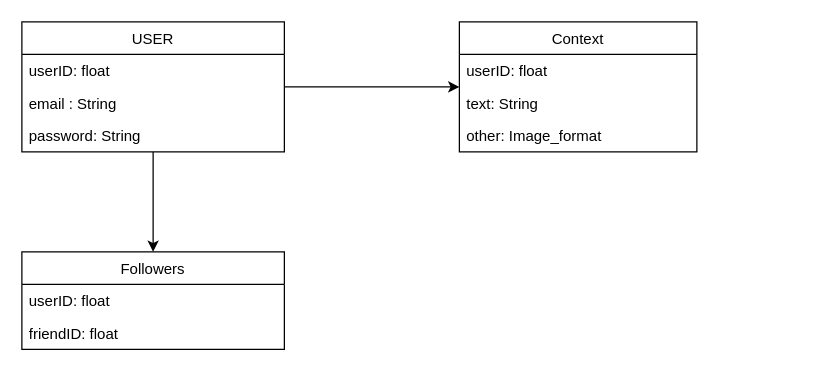
Above: UML.drawio in tmparayil/CapstoneProject (draw.io), before the change. Source tidied: cells renumbered, new cells numbered last; positions are measured from the earlier drawing's top-left corner, leaving out a move shared by most shapes. Both pictures are drawn from the tidied source at 125%, with x=0, y=0 at pixel (21, 21).
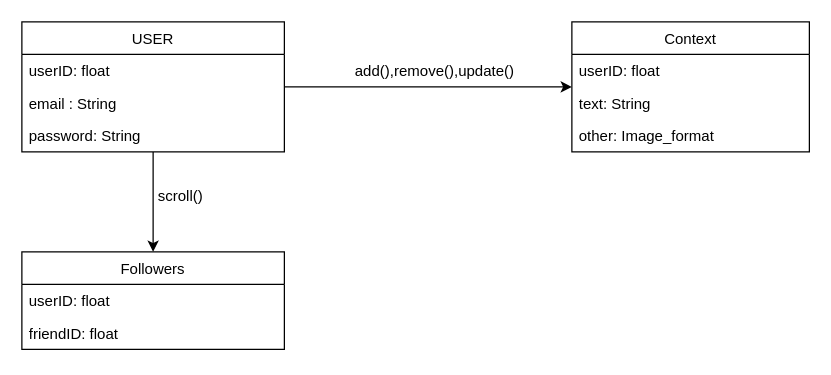
After the change.

Change to the diagram source:
```diff
@@
 <mxGraphModel background="#ffffff">
   <root>
     <mxCell id="0" />
     <mxCell id="1" parent="0" />
     <mxCell id="2" style="edgeStyle=orthogonalEdgeStyle;rounded=0;jettySize=auto;html=1;" parent="1" edge="1" source="4" target="8">
       <mxGeometry relative="1" as="geometry" />
     </mxCell>
     <mxCell id="3" style="edgeStyle=orthogonalEdgeStyle;rounded=0;jettySize=auto;html=1;" parent="1" edge="1" source="4" target="11">
       <mxGeometry relative="1" as="geometry" />
     </mxCell>
     <mxCell id="4" value="USER" style="swimlane;fontStyle=0;horizontal=1;startSize=26;fillColor=none;" parent="1" vertex="1">
       <mxGeometry width="210" height="104" as="geometry" />
     </mxCell>
     <mxCell id="5" value="userID: float" style="text;strokeColor=none;fillColor=none;align=left;verticalAlign=top;spacingLeft=4;spacingRight=4;overflow=hidden;" parent="4" vertex="1">
       <mxGeometry y="26" width="210" height="26" as="geometry" />
     </mxCell>
     <mxCell id="6" value="email : String" style="text;strokeColor=none;fillColor=none;align=left;verticalAlign=top;spacingLeft=4;spacingRight=4;overflow=hidden;" parent="4" vertex="1">
       <mxGeometry y="52" width="210" height="26" as="geometry" />
     </mxCell>
     <mxCell id="7" value="password: String" style="text;strokeColor=none;fillColor=none;align=left;verticalAlign=top;spacingLeft=4;spacingRight=4;overflow=hidden;" parent="4" vertex="1">
       <mxGeometry y="78" width="210" height="26" as="geometry" />
     </mxCell>
     <mxCell id="8" value="Followers" style="swimlane;fontStyle=0;horizontal=1;startSize=26;fillColor=none;" parent="1" vertex="1">
       <mxGeometry y="184" width="210" height="78" as="geometry" />
     </mxCell>
     <mxCell id="9" value="userID: float" style="text;strokeColor=none;fillColor=none;align=left;verticalAlign=top;spacingLeft=4;spacingRight=4;overflow=hidden;" parent="8" vertex="1">
       <mxGeometry y="26" width="210" height="26" as="geometry" />
     </mxCell>
     <mxCell id="10" value="friendID: float" style="text;strokeColor=none;fillColor=none;align=left;verticalAlign=top;spacingLeft=4;spacingRight=4;overflow=hidden;" parent="8" vertex="1">
       <mxGeometry y="52" width="210" height="26" as="geometry" />
     </mxCell>
     <mxCell id="11" value="Context" style="swimlane;fontStyle=0;horizontal=1;startSize=26;fillColor=none;" parent="1" vertex="1">
-      <mxGeometry x="350" width="190" height="104" as="geometry" />
+      <mxGeometry x="440" width="190" height="104" as="geometry" />
     </mxCell>
     <mxCell id="12" value="userID: float" style="text;strokeColor=none;fillColor=none;align=left;verticalAlign=top;spacingLeft=4;spacingRight=4;overflow=hidden;" parent="11" vertex="1">
       <mxGeometry y="26" width="190" height="26" as="geometry" />
     </mxCell>
     <mxCell id="13" value="text: String" style="text;strokeColor=none;fillColor=none;align=left;verticalAlign=top;spacingLeft=4;spacingRight=4;overflow=hidden;" parent="11" vertex="1">
       <mxGeometry y="52" width="190" height="26" as="geometry" />
     </mxCell>
     <mxCell id="14" value="other: Image_format" style="text;strokeColor=none;fillColor=none;align=left;verticalAlign=top;spacingLeft=4;spacingRight=4;overflow=hidden;" parent="11" vertex="1">
       <mxGeometry y="78" width="190" height="26" as="geometry" />
     </mxCell>
+    <mxCell id="15" value="&amp;nbsp; &amp;nbsp; scroll()" style="text;html=1;align=center;verticalAlign=middle;" parent="1" vertex="1">
+      <mxGeometry x="90" y="130" width="60" height="20" as="geometry" />
+    </mxCell>
+    <mxCell id="16" value="&amp;nbsp; &amp;nbsp; &amp;nbsp; &amp;nbsp; &amp;nbsp; &amp;nbsp; add(),remove(),update()" style="text;html=1;align=center;verticalAlign=middle;" parent="1" vertex="1">
+      <mxGeometry x="220" y="30" width="180" height="20" as="geometry" />
+    </mxCell>
   </root>
 </mxGraphModel>
```
